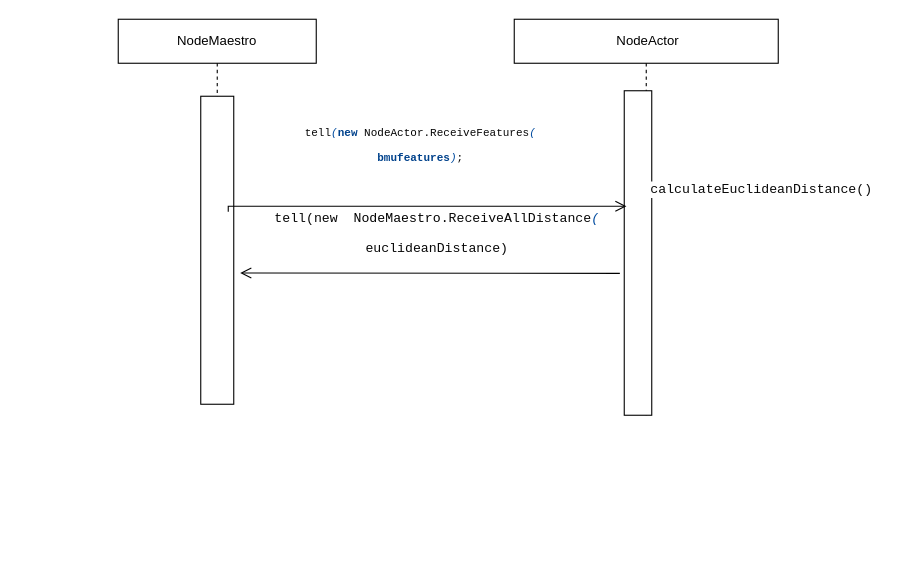
The draw.io diagram calculateDistanceFromBMU.drawio in vanelopethecoder/som-basic, before the edit. Source tidied: cells renumbered, new cells numbered last; positions are measured from the earlier drawing's top-left corner, leaving out a move shared by most shapes. Both pictures are drawn from the tidied source at 110%, with x=0, y=0 at pixel (107, 19).
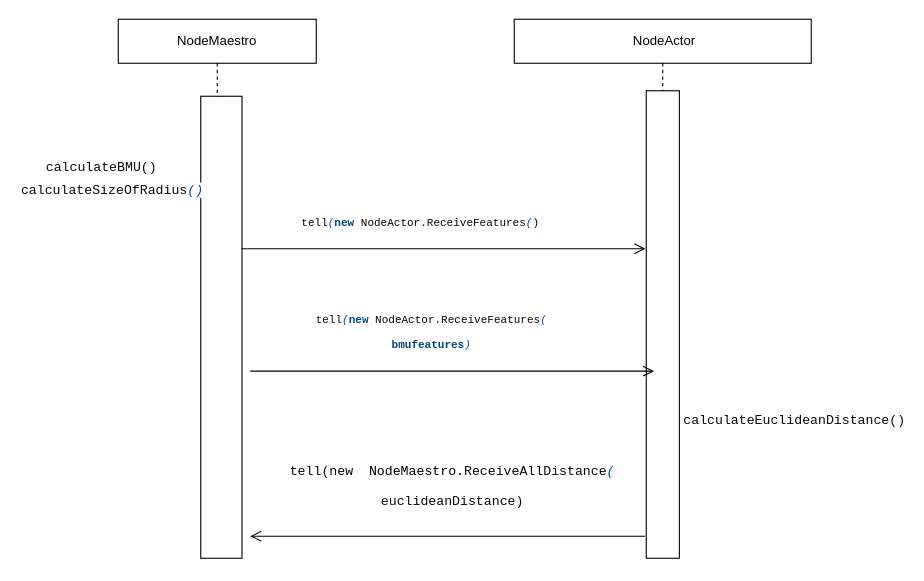
The same page after the edit.

Change to the diagram source:
```diff
@@
     <mxCell id="2" value="NodeMaestro" style="shape=umlLifeline;perimeter=lifelinePerimeter;whiteSpace=wrap;html=1;" parent="1" vertex="1">
-      <mxGeometry x="10" width="180" height="350" as="geometry" />
+      <mxGeometry x="10" width="180" height="490" as="geometry" />
     </mxCell>
     <mxCell id="3" style="rounded=0;whiteSpace=wrap;html=1;" parent="2" vertex="1">
-      <mxGeometry x="75" y="70" width="30" height="280" as="geometry" />
+      <mxGeometry x="75" y="70" width="37.5" height="420" as="geometry" />
     </mxCell>
+    <mxCell id="12" value="&lt;pre style=&quot;background-color: #ffffff ; color: #080808 ; font-family: &amp;#34;droid sans mono dotted&amp;#34; , monospace ; font-size: 10 5pt&quot;&gt;calculateSizeOfRadius&lt;span style=&quot;color: #004b9f ; font-style: italic&quot;&gt;()&lt;/span&gt;&lt;/pre&gt;" style="text;whiteSpace=wrap;html=1;" parent="2" vertex="1">
+      <mxGeometry x="-90" y="130" width="180" height="50" as="geometry" />
+    </mxCell>
     <mxCell id="4" value="&amp;nbsp;NodeActor" style="shape=umlLifeline;perimeter=lifelinePerimeter;whiteSpace=wrap;html=1;" parent="1" vertex="1">
-      <mxGeometry x="370" width="240" height="360" as="geometry" />
+      <mxGeometry x="370" width="270" height="490" as="geometry" />
     </mxCell>
     <mxCell id="5" style="rounded=0;whiteSpace=wrap;html=1;" parent="4" vertex="1">
-      <mxGeometry x="100" y="65" width="25" height="295" as="geometry" />
+      <mxGeometry x="120" y="65" width="30.1" height="425" as="geometry" />
     </mxCell>
-    <mxCell id="6" value="&lt;pre style=&quot;background-color: #ffffff ; color: #080808 ; font-family: &amp;#34;jetbrains mono&amp;#34; , monospace ; font-size: 9 8pt&quot;&gt;calculateEuclideanDistance()&lt;/pre&gt;" style="text;html=1;strokeColor=none;fillColor=none;align=center;verticalAlign=middle;whiteSpace=wrap;rounded=0;" parent="4" vertex="1">
-      <mxGeometry x="180" y="140" width="90" height="30" as="geometry" />
-    </mxCell>
-    <mxCell id="7" value="&lt;pre style=&quot;background-color: #ffffff ; color: #080808 ; font-family: &amp;#34;jetbrains mono&amp;#34; , monospace ; font-size: 9 8pt&quot;&gt;tell(&lt;span style=&quot;white-space: normal&quot;&gt;new&amp;nbsp;&amp;nbsp;&lt;/span&gt;&lt;span style=&quot;white-space: normal ; font-family: &amp;#34;droid sans mono dotted&amp;#34; , monospace ; color: rgb(0 , 0 , 0)&quot;&gt;NodeMaestro&lt;/span&gt;&lt;span style=&quot;white-space: normal ; font-family: &amp;#34;droid sans mono dotted&amp;#34; , monospace&quot;&gt;.ReceiveAllDistance&lt;/span&gt;&lt;span style=&quot;white-space: normal ; font-family: &amp;#34;droid sans mono dotted&amp;#34; , monospace ; color: rgb(0 , 75 , 159) ; font-style: italic&quot;&gt;(&lt;/span&gt;&lt;/pre&gt;&lt;pre style=&quot;background-color: #ffffff ; color: #080808 ; font-family: &amp;#34;jetbrains mono&amp;#34; , monospace ; font-size: 9 8pt&quot;&gt;&lt;span style=&quot;white-space: normal ; font-family: &amp;#34;droid sans mono dotted&amp;#34; , monospace&quot;&gt;euclideanDistance&lt;/span&gt;&lt;span style=&quot;white-space: normal&quot;&gt;)&lt;/span&gt;&lt;/pre&gt;" style="text;html=1;strokeColor=none;fillColor=none;align=center;verticalAlign=middle;whiteSpace=wrap;rounded=0;" parent="1" vertex="1">
-      <mxGeometry x="170" y="180" width="260" height="30" as="geometry" />
-    </mxCell>
+    <mxCell id="13" value="&lt;pre style=&quot;background-color: #ffffff ; color: #080808 ; font-family: &amp;#34;jetbrains mono&amp;#34; , monospace ; font-size: 9 8pt&quot;&gt;calculateEuclideanDistance()&lt;/pre&gt;" style="text;html=1;strokeColor=none;fillColor=none;align=center;verticalAlign=middle;whiteSpace=wrap;rounded=0;" parent="4" vertex="1">
+      <mxGeometry x="210" y="350" width="90" height="30" as="geometry" />
+    </mxCell>
+    <mxCell id="14" style="edgeStyle=orthogonalEdgeStyle;html=1;verticalAlign=bottom;endArrow=open;endSize=8;strokeColor=#000000;rounded=0;entryX=-0.025;entryY=0.338;entryDx=0;entryDy=0;entryPerimeter=0;exitX=0.987;exitY=0.33;exitDx=0;exitDy=0;exitPerimeter=0;" parent="4" edge="1">
+      <mxGeometry relative="1" as="geometry">
+        <mxPoint x="-240" y="319.9" as="sourcePoint" />
+        <mxPoint x="127.2" y="319.9" as="targetPoint" />
+        <Array as="points">
+          <mxPoint x="30" y="320" />
+          <mxPoint x="30" y="320" />
+        </Array>
+      </mxGeometry>
+    </mxCell>
-    <mxCell id="8" style="edgeStyle=orthogonalEdgeStyle;html=1;verticalAlign=bottom;endArrow=open;endSize=8;strokeColor=#000000;rounded=0;" parent="1" edge="1">
-      <mxGeometry relative="1" as="geometry">
-        <mxPoint x="110" y="175" as="sourcePoint" />
-        <mxPoint x="472" y="170" as="targetPoint" />
-        <Array as="points">
-          <mxPoint x="110" y="170" />
-          <mxPoint x="472" y="170" />
-        </Array>
-      </mxGeometry>
+    <mxCell id="8" style="edgeStyle=orthogonalEdgeStyle;html=1;verticalAlign=bottom;endArrow=open;endSize=8;strokeColor=#000000;rounded=0;entryX=-0.025;entryY=0.338;entryDx=0;entryDy=0;entryPerimeter=0;exitX=0.987;exitY=0.33;exitDx=0;exitDy=0;exitPerimeter=0;" parent="1" edge="1" source="3" target="5">
+      <mxGeometry relative="1" as="geometry" />
     </mxCell>
-    <mxCell id="9" style="edgeStyle=orthogonalEdgeStyle;html=1;verticalAlign=bottom;endArrow=open;endSize=8;strokeColor=#000000;rounded=0;entryX=1.196;entryY=0.574;entryDx=0;entryDy=0;entryPerimeter=0;" parent="1" edge="1" target="3">
-      <mxGeometry relative="1" as="geometry">
-        <mxPoint x="466" y="231" as="sourcePoint" />
-        <Array as="points">
-          <mxPoint x="466" y="231" />
-        </Array>
-      </mxGeometry>
-    </mxCell>
-    <mxCell id="10" style="edgeStyle=orthogonalEdgeStyle;rounded=0;orthogonalLoop=1;jettySize=auto;html=1;exitX=0.5;exitY=1;exitDx=0;exitDy=0;fontSize=10;" parent="1" edge="1" source="7" target="7">
-      <mxGeometry relative="1" as="geometry" />
+    <mxCell id="10" style="edgeStyle=orthogonalEdgeStyle;rounded=0;orthogonalLoop=1;jettySize=auto;html=1;exitX=0.5;exitY=1;exitDx=0;exitDy=0;fontSize=10;" parent="1" edge="1">
+      <mxGeometry relative="1" as="geometry">
+        <mxPoint x="285" y="485" as="sourcePoint" />
+        <mxPoint x="285" y="485" as="targetPoint" />
+      </mxGeometry>
     </mxCell>
-    <mxCell id="11" value="&lt;pre style=&quot;background-color: rgb(255 , 255 , 255) ; color: rgb(8 , 8 , 8) ; font-family: &amp;#34;droid sans mono dotted&amp;#34; , monospace ; font-size: 10px&quot;&gt;tell&lt;span style=&quot;color: #004b9f ; font-style: italic&quot;&gt;(&lt;/span&gt;&lt;span style=&quot;color: #00428c ; font-weight: bold&quot;&gt;new &lt;/span&gt;&lt;span style=&quot;color: #000000&quot;&gt;NodeActor&lt;/span&gt;.ReceiveFeatures&lt;span style=&quot;color: #004b9f ; font-style: italic&quot;&gt;(&lt;/span&gt;&lt;/pre&gt;&lt;pre style=&quot;background-color: rgb(255 , 255 , 255) ; font-family: &amp;#34;droid sans mono dotted&amp;#34; , monospace ; font-size: 10px&quot;&gt;&lt;font color=&quot;#00428c&quot;&gt;&lt;b&gt;bmufeatures&lt;/b&gt;&lt;/font&gt;&lt;span style=&quot;color: rgb(8 , 8 , 8)&quot;&gt;&lt;span style=&quot;color: #004b9f ; font-style: italic&quot;&gt;)&lt;/span&gt;;&lt;/span&gt;&lt;/pre&gt;" style="text;html=1;strokeColor=none;fillColor=none;align=center;verticalAlign=middle;whiteSpace=wrap;rounded=0;" parent="1" vertex="1">
-      <mxGeometry y="100" width="570" height="30" as="geometry" />
+    <mxCell id="11" value="&lt;pre style=&quot;background-color: rgb(255 , 255 , 255) ; color: rgb(8 , 8 , 8) ; font-family: &amp;#34;droid sans mono dotted&amp;#34; , monospace ; font-size: 10px&quot;&gt;tell&lt;span style=&quot;color: #004b9f ; font-style: italic&quot;&gt;(&lt;/span&gt;&lt;span style=&quot;color: #00428c ; font-weight: bold&quot;&gt;new &lt;/span&gt;&lt;span style=&quot;color: #000000&quot;&gt;NodeActor&lt;/span&gt;.ReceiveFeatures&lt;span style=&quot;color: #004b9f ; font-style: italic&quot;&gt;(&lt;/span&gt;)&lt;/pre&gt;" style="text;html=1;strokeColor=none;fillColor=none;align=center;verticalAlign=middle;whiteSpace=wrap;rounded=0;" parent="1" vertex="1">
+      <mxGeometry y="170" width="570" height="30" as="geometry" />
     </mxCell>
+    <mxCell id="6" value="&lt;pre style=&quot;background-color: #ffffff ; color: #080808 ; font-family: &amp;#34;jetbrains mono&amp;#34; , monospace ; font-size: 9 8pt&quot;&gt;calculateBMU()&lt;/pre&gt;" style="text;html=1;strokeColor=none;fillColor=none;align=center;verticalAlign=middle;whiteSpace=wrap;rounded=0;" parent="1" vertex="1">
+      <mxGeometry x="-50" y="120" width="90" height="30" as="geometry" />
+    </mxCell>
+    <mxCell id="15" value="&lt;pre style=&quot;background-color: rgb(255 , 255 , 255) ; color: rgb(8 , 8 , 8) ; font-family: &amp;#34;droid sans mono dotted&amp;#34; , monospace ; font-size: 10px&quot;&gt;tell&lt;span style=&quot;color: #004b9f ; font-style: italic&quot;&gt;(&lt;/span&gt;&lt;span style=&quot;color: #00428c ; font-weight: bold&quot;&gt;new &lt;/span&gt;&lt;span style=&quot;color: #000000&quot;&gt;NodeActor&lt;/span&gt;.ReceiveFeatures&lt;span style=&quot;color: #004b9f ; font-style: italic&quot;&gt;(&lt;/span&gt;&lt;/pre&gt;&lt;pre style=&quot;background-color: rgb(255 , 255 , 255) ; font-family: &amp;#34;droid sans mono dotted&amp;#34; , monospace ; font-size: 10px&quot;&gt;&lt;font color=&quot;#00428c&quot;&gt;&lt;b&gt;bmufeatures&lt;/b&gt;&lt;/font&gt;&lt;span style=&quot;color: rgb(8 , 8 , 8)&quot;&gt;&lt;span style=&quot;color: #004b9f ; font-style: italic&quot;&gt;)&lt;/span&gt;&lt;/span&gt;&lt;/pre&gt;" style="text;html=1;strokeColor=none;fillColor=none;align=center;verticalAlign=middle;whiteSpace=wrap;rounded=0;" parent="1" vertex="1">
+      <mxGeometry x="10" y="270" width="570" height="30" as="geometry" />
+    </mxCell>
+    <mxCell id="16" style="edgeStyle=orthogonalEdgeStyle;html=1;verticalAlign=bottom;endArrow=open;endSize=8;strokeColor=#000000;rounded=0;entryX=1.196;entryY=0.574;entryDx=0;entryDy=0;entryPerimeter=0;" parent="1" edge="1">
+      <mxGeometry relative="1" as="geometry">
+        <mxPoint x="489" y="470" as="sourcePoint" />
+        <mxPoint x="130" y="470" as="targetPoint" />
+        <Array as="points">
+          <mxPoint x="480" y="470" />
+          <mxPoint x="480" y="470" />
+        </Array>
+      </mxGeometry>
+    </mxCell>
+    <mxCell id="7" value="&lt;pre style=&quot;background-color: #ffffff ; color: #080808 ; font-family: &amp;#34;jetbrains mono&amp;#34; , monospace ; font-size: 9 8pt&quot;&gt;tell(&lt;span style=&quot;white-space: normal&quot;&gt;new&amp;nbsp;&amp;nbsp;&lt;/span&gt;&lt;span style=&quot;white-space: normal ; font-family: &amp;#34;droid sans mono dotted&amp;#34; , monospace ; color: rgb(0 , 0 , 0)&quot;&gt;NodeMaestro&lt;/span&gt;&lt;span style=&quot;white-space: normal ; font-family: &amp;#34;droid sans mono dotted&amp;#34; , monospace&quot;&gt;.ReceiveAllDistance&lt;/span&gt;&lt;span style=&quot;white-space: normal ; font-family: &amp;#34;droid sans mono dotted&amp;#34; , monospace ; color: rgb(0 , 75 , 159) ; font-style: italic&quot;&gt;(&lt;/span&gt;&lt;/pre&gt;&lt;pre style=&quot;background-color: #ffffff ; color: #080808 ; font-family: &amp;#34;jetbrains mono&amp;#34; , monospace ; font-size: 9 8pt&quot;&gt;&lt;span style=&quot;white-space: normal ; font-family: &amp;#34;droid sans mono dotted&amp;#34; , monospace&quot;&gt;euclideanDistance&lt;/span&gt;&lt;span style=&quot;white-space: normal&quot;&gt;)&lt;/span&gt;&lt;/pre&gt;" style="text;html=1;strokeColor=none;fillColor=none;align=center;verticalAlign=middle;whiteSpace=wrap;rounded=0;" parent="1" vertex="1">
+      <mxGeometry x="184" y="410" width="260" height="30" as="geometry" />
+    </mxCell>
```
